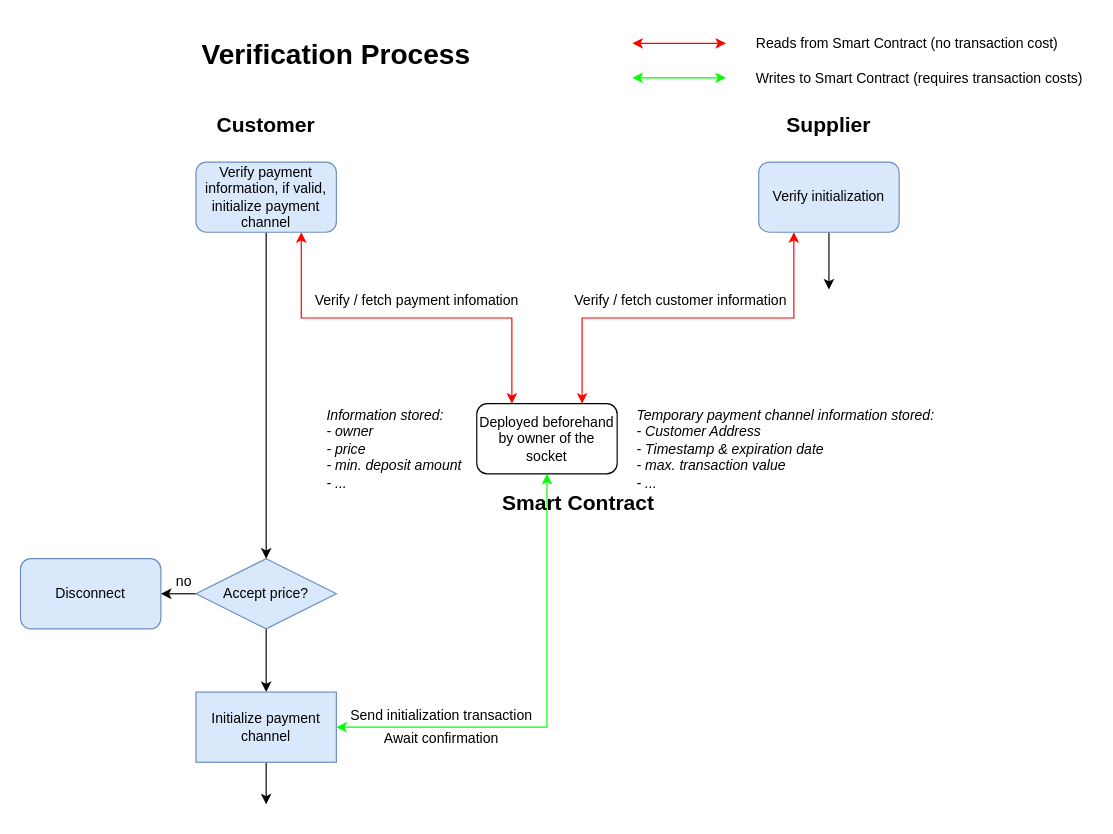
Above: page "verification_process" (2 of 4) of flowcharts/Plug-Socket.drawio in gretzke/Blockchain-Based-Smart-Outlet (draw.io), before the change. Source tidied: cells renumbered, new cells numbered last; positions are measured from the earlier drawing's top-left corner, leaving out a move shared by most shapes. Both pictures are drawn from the tidied source at 117%, with x=0, y=0 at pixel (20, 32).
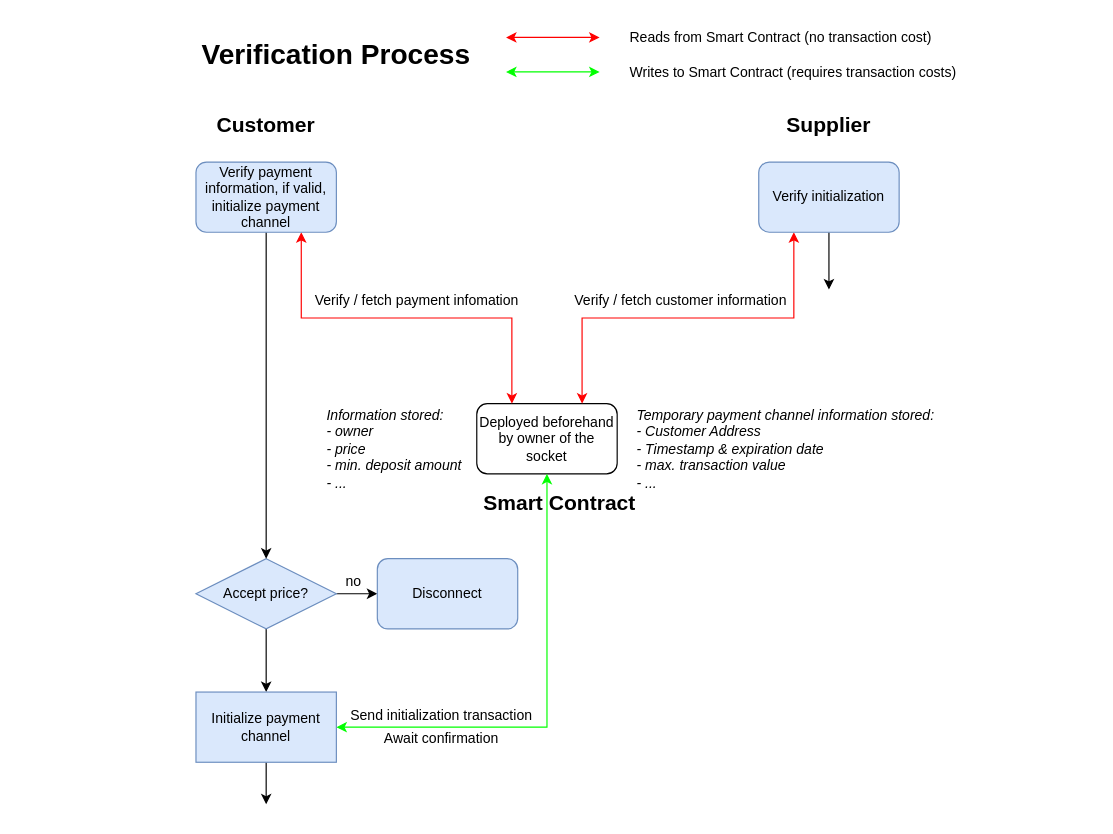
The same page after the edit.

Unchanged cells that the change refers to:
```xml
<mxCell id="6" value="Accept price?" style="rhombus;whiteSpace=wrap;html=1;fillColor=#dae8fc;strokeColor=#6c8ebf;" parent="1" vertex="1">
  <mxGeometry x="150" y="450" width="120" height="60" as="geometry" />
</mxCell>
<mxCell id="10" value="Initialize payment channel" style="rounded=0;whiteSpace=wrap;html=1;fillColor=#dae8fc;strokeColor=#6c8ebf;" parent="1" vertex="1">
  <mxGeometry x="150" y="564" width="120" height="60" as="geometry" />
</mxCell>
```

The edit, as a diff of the source:
```diff
@@
+    <mxCell id="5" style="edgeStyle=orthogonalEdgeStyle;rounded=0;jettySize=auto;html=1;exitX=0.5;exitY=1;exitDx=0;exitDy=0;entryX=0.5;entryY=0;entryDx=0;entryDy=0;startArrow=none;startFill=0;endArrow=classic;endFill=1;strokeColor=#000000;" parent="1" edge="1" source="6" target="10">
+      <mxGeometry relative="1" as="geometry" />
+    </mxCell>
-    <mxCell id="4" style="edgeStyle=orthogonalEdgeStyle;rounded=0;jettySize=auto;html=1;exitX=0;exitY=0.5;exitDx=0;exitDy=0;entryX=1;entryY=0.5;entryDx=0;entryDy=0;startArrow=none;startFill=0;endArrow=classic;endFill=1;strokeColor=#000000;" parent="1" edge="1" source="6" target="7">
+    <mxCell id="4" style="edgeStyle=orthogonalEdgeStyle;rounded=0;jettySize=auto;html=1;exitX=1;exitY=0.5;exitDx=0;exitDy=0;entryX=0;entryY=0.5;entryDx=0;entryDy=0;" parent="1" edge="1" source="6" target="7">
       <mxGeometry relative="1" as="geometry" />
     </mxCell>
-    <mxCell id="5" style="edgeStyle=orthogonalEdgeStyle;rounded=0;jettySize=auto;html=1;exitX=0.5;exitY=1;exitDx=0;exitDy=0;entryX=0.5;entryY=0;entryDx=0;entryDy=0;startArrow=none;startFill=0;endArrow=classic;endFill=1;strokeColor=#000000;" parent="1" edge="1" source="6" target="10">
-      <mxGeometry relative="1" as="geometry" />
-    </mxCell>
@@
     <mxCell id="7" value="Disconnect" style="rounded=1;whiteSpace=wrap;html=1;fillColor=#dae8fc;strokeColor=#6c8ebf;" parent="1" vertex="1">
-      <mxGeometry y="450" width="120" height="60" as="geometry" />
+      <mxGeometry x="305" y="450" width="120" height="60" as="geometry" />
     </mxCell>
@@
     <mxCell id="12" value="no&lt;br&gt;" style="text;html=1;strokeColor=none;fillColor=none;align=center;verticalAlign=middle;whiteSpace=wrap;rounded=0;" parent="1" vertex="1">
-      <mxGeometry x="120" y="460" width="40" height="20" as="geometry" />
+      <mxGeometry x="265" y="460" width="40" height="20" as="geometry" />
     </mxCell>
@@
     <mxCell id="14" style="endArrow=classic;startArrow=classic;html=1;strokeColor=#FF0000;" parent="1" edge="1">
       <mxGeometry relative="1" as="geometry">
-        <mxPoint x="523" y="9.5" as="sourcePoint" />
-        <mxPoint x="603" y="9.5" as="targetPoint" />
+        <mxPoint x="415" y="4.5" as="sourcePoint" />
+        <mxPoint x="495" y="4.5" as="targetPoint" />
       </mxGeometry>
     </mxCell>
     <mxCell id="15" style="endArrow=classic;startArrow=classic;html=1;strokeColor=#00FF00;" parent="1" edge="1">
       <mxGeometry relative="1" as="geometry">
-        <mxPoint x="523" y="39" as="sourcePoint" />
-        <mxPoint x="603" y="39" as="targetPoint" />
+        <mxPoint x="415" y="34" as="sourcePoint" />
+        <mxPoint x="495" y="34" as="targetPoint" />
       </mxGeometry>
     </mxCell>
     <mxCell id="16" value="&lt;span&gt;Reads from Smart Contract (no transaction cost)&lt;/span&gt;" style="text;html=1;align=left;verticalAlign=top;spacingTop=-4;" parent="1" vertex="1">
-      <mxGeometry x="626.5" width="270" height="20" as="geometry" />
+      <mxGeometry x="518.5" y="-5" width="270" height="20" as="geometry" />
     </mxCell>
     <mxCell id="17" value="&lt;span&gt;Writes to Smart Contract (requires transaction costs)&lt;/span&gt;" style="text;html=1;align=left;verticalAlign=top;spacingTop=-4;" parent="1" vertex="1">
-      <mxGeometry x="626.5" y="30" width="290" height="20" as="geometry" />
+      <mxGeometry x="518.5" y="25" width="290" height="20" as="geometry" />
     </mxCell>
@@
     <mxCell id="30" value="&lt;font style=&quot;font-size: 18px&quot;&gt;&lt;b&gt;Smart Contract&lt;/b&gt;&lt;/font&gt;" style="text;html=1;strokeColor=none;fillColor=none;align=center;verticalAlign=middle;whiteSpace=wrap;rounded=0;" parent="1" vertex="1">
-      <mxGeometry x="402" y="392.5" width="150" height="20" as="geometry" />
+      <mxGeometry x="386" y="392.5" width="150" height="20" as="geometry" />
     </mxCell>
```
